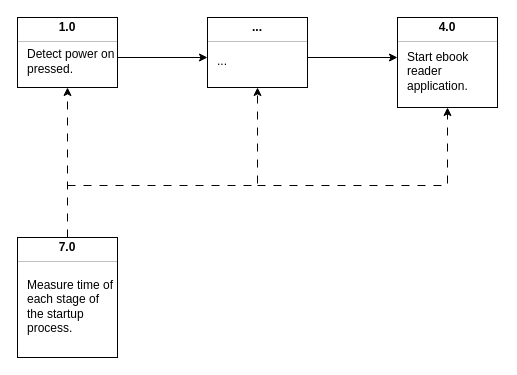
KubaTaba1uga/open_source_ebook_reader keeps this draw.io diagram as page "FFBD-002" (2 of 8) of docs/design/assets/03_logical_decomposition.drawio. Above is the earlier version. Source tidied: cells renumbered, new cells numbered last; positions are measured from the earlier drawing's top-left corner, leaving out a move shared by most shapes. Both pictures are drawn from the tidied source at 100%, with x=0, y=0 at pixel (17, 17).
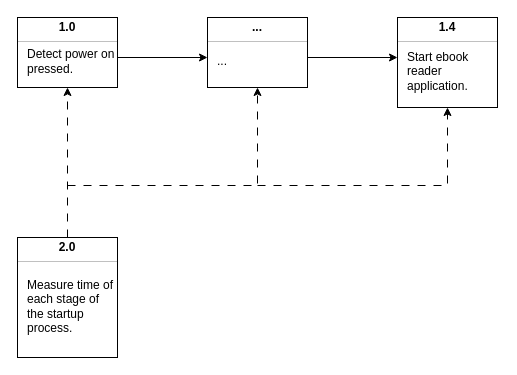
The same page after the edit.

The change refers to these unchanged cells:
```xml
<mxCell id="9" style="fontStyle=1;align=center;verticalAlign=middle;horizontal=1;" parent="1" vertex="1">
  <mxGeometry y="220" width="100" height="120" as="geometry" />
</mxCell>
<mxCell id="14" style="fontStyle=1;align=center;verticalAlign=middle;horizontal=1;" parent="1" vertex="1">
  <mxGeometry x="380" width="100" height="90" as="geometry" />
</mxCell>
```

What changed in the source:
```diff
@@
-    <mxCell id="10" value="7.0" style="html=1;align=center;spacing=0;verticalAlign=middle;strokeColor=none;fillColor=none;whiteSpace=wrap;fontStyle=1;" parent="9" vertex="1">
+    <mxCell id="10" value="2.0" style="html=1;align=center;spacing=0;verticalAlign=middle;strokeColor=none;fillColor=none;whiteSpace=wrap;fontStyle=1;" parent="9" vertex="1">
       <mxGeometry width="100" height="20" as="geometry" />
     </mxCell>
@@
-    <mxCell id="15" value="4.0" style="html=1;align=center;spacing=0;verticalAlign=middle;strokeColor=none;fillColor=none;whiteSpace=wrap;fontStyle=1;" parent="14" vertex="1">
+    <mxCell id="15" value="1.4" style="html=1;align=center;spacing=0;verticalAlign=middle;strokeColor=none;fillColor=none;whiteSpace=wrap;fontStyle=1;" parent="14" vertex="1">
       <mxGeometry width="100" height="20" as="geometry" />
     </mxCell>
```
